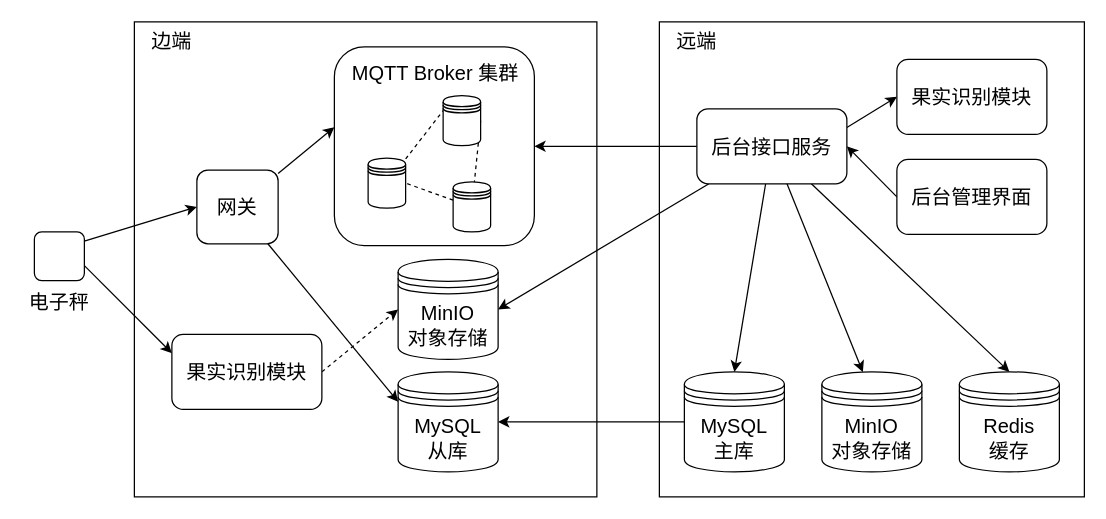
This is design/软件部署架构图.dio from akynazh/aws, a draw.io file, before an edit. Source tidied: cells renumbered, new cells numbered last; positions are measured from the earlier drawing's top-left corner, leaving out a move shared by most shapes. Both pictures are drawn from the tidied source at 125%, with x=0, y=0 at pixel (21, 21).
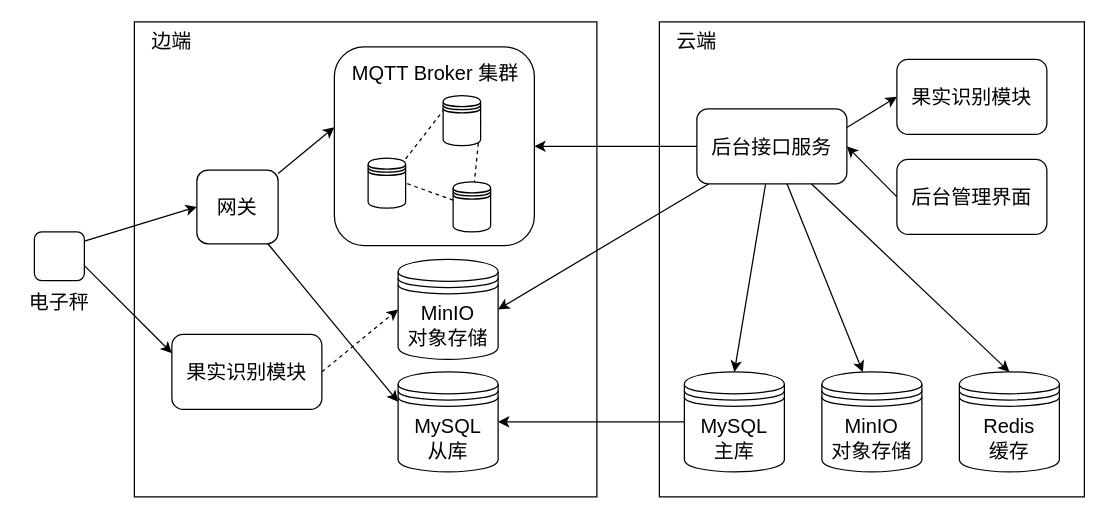
The same diagram, later.

The edit, as a diff of the source:
```diff
@@
-    <mxCell id="19" value="远端" style="text;html=1;align=center;verticalAlign=middle;whiteSpace=wrap;rounded=0;fontSize=16;fontFamily=Songti SC;" parent="1" vertex="1">
+    <mxCell id="19" value="云端" style="text;html=1;align=center;verticalAlign=middle;whiteSpace=wrap;rounded=0;fontSize=16;fontFamily=Songti SC;" parent="1" vertex="1">
       <mxGeometry x="510" width="60" height="30" as="geometry" />
     </mxCell>
```
